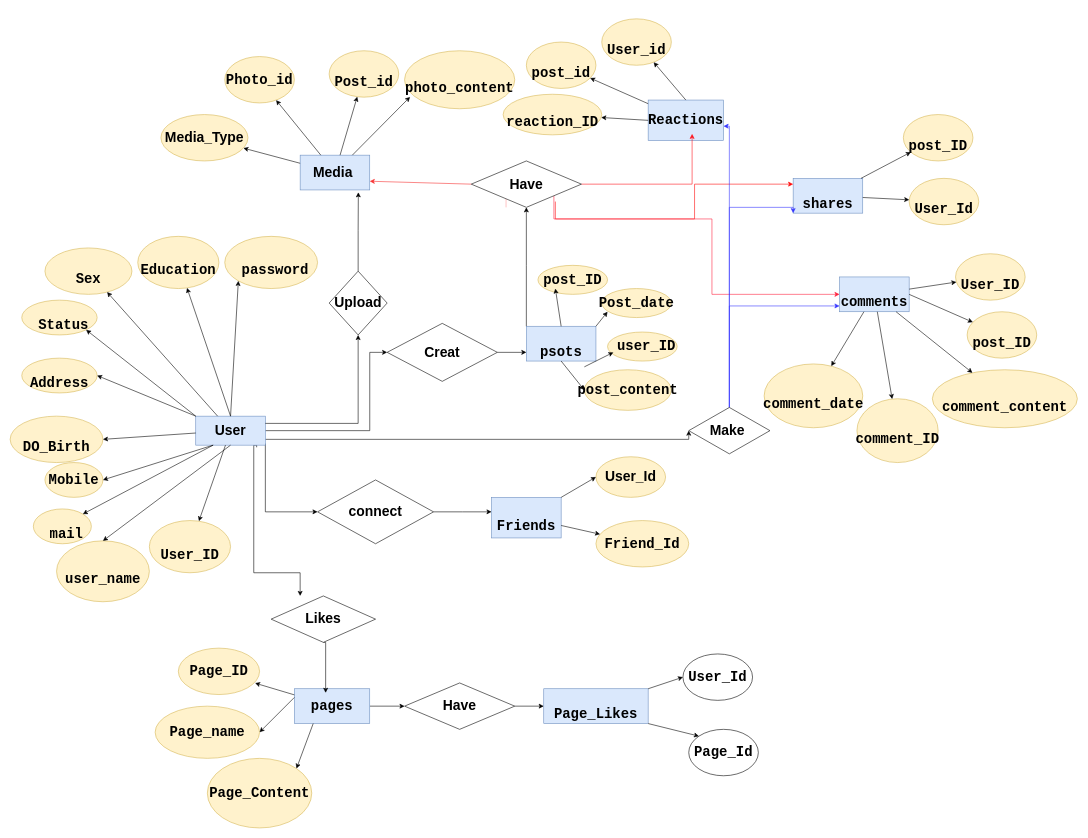
This is weyou/Untitled Diagram.drawio from elarabyelaidy19/database_of_databases, a draw.io file, before an edit. Source tidied: cells renumbered, new cells numbered last; positions are measured from the earlier drawing's top-left corner, leaving out a move shared by most shapes. Both pictures are drawn from the tidied source at 58%, with x=0, y=0 at pixel (10, 19).
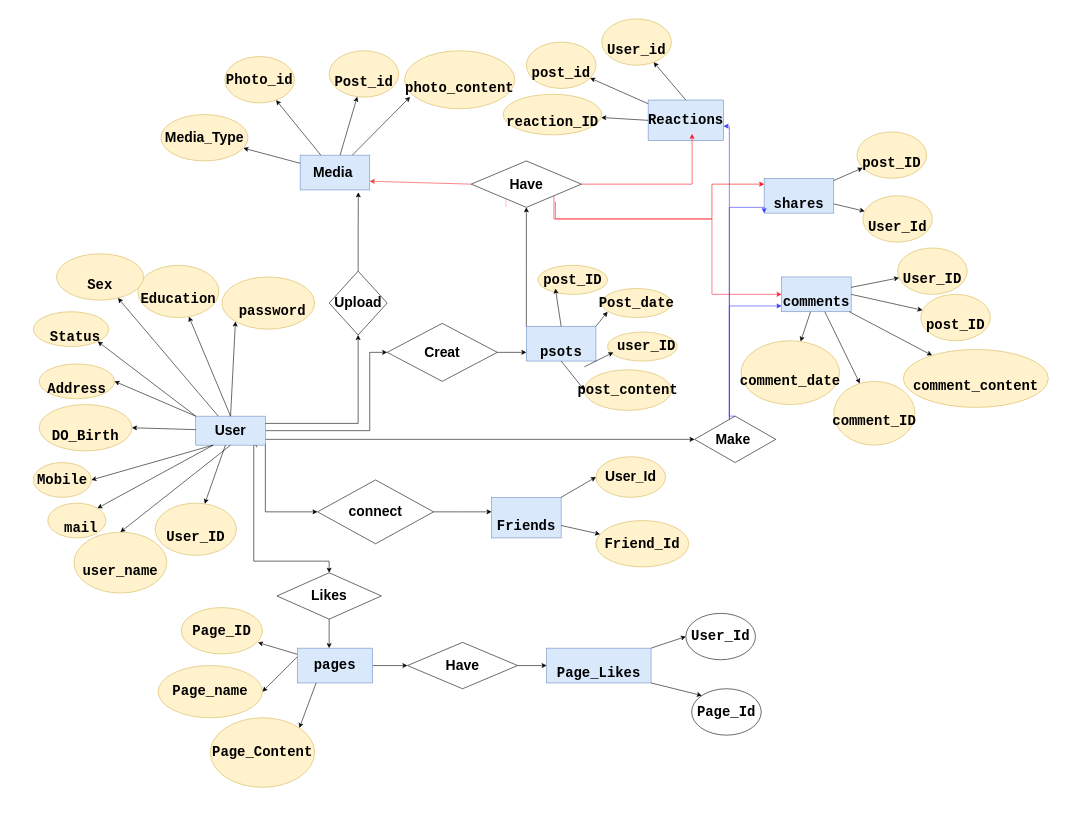
The same page after the edit.

Unchanged cells that the change refers to:
```xml
<mxCell id="12" value="&lt;font style=&quot;font-size: 24px;&quot;&gt;User&lt;/font&gt;" style="rounded=0;whiteSpace=wrap;html=1;fillColor=#dae8fc;strokeColor=#6c8ebf;labelBackgroundColor=none;fontSize=24;fontStyle=1;" parent="1" vertex="1">
  <mxGeometry x="320" y="685" width="120" height="50" as="geometry" />
</mxCell>
```

The edit, as a diff of the source:
```diff
@@
     <mxCell id="2" value="&lt;font style=&quot;font-size: 24px;&quot;&gt;&lt;br style=&quot;font-size: 24px;&quot;&gt;&lt;br style=&quot;font-size: 24px;&quot;&gt;&lt;/font&gt;&lt;div style=&quot;font-family: consolas, &amp;quot;courier new&amp;quot;, monospace; line-height: 24px; font-size: 24px;&quot;&gt;&lt;div style=&quot;font-size: 24px;&quot;&gt;&lt;span style=&quot;font-size: 24px;&quot;&gt;&lt;font style=&quot;font-size: 24px;&quot;&gt;comments&lt;/font&gt;&lt;/span&gt;&lt;/div&gt;&lt;/div&gt;&lt;font style=&quot;font-size: 24px;&quot;&gt;&lt;br style=&quot;font-size: 24px;&quot;&gt;&lt;/font&gt;" style="rounded=0;whiteSpace=wrap;html=1;fillColor=#dae8fc;strokeColor=#6c8ebf;labelBackgroundColor=none;fontSize=24;fontStyle=1;" parent="1" vertex="1">
-      <mxGeometry x="1430" y="445" width="120" height="60" as="geometry" />
+      <mxGeometry x="1330" y="445" width="120" height="60" as="geometry" />
     </mxCell>
     <mxCell id="3" value="&lt;font style=&quot;font-size: 24px;&quot;&gt;&lt;br style=&quot;font-size: 24px;&quot;&gt;&lt;br style=&quot;font-size: 24px;&quot;&gt;&lt;/font&gt;&lt;div style=&quot;font-family: consolas, &amp;quot;courier new&amp;quot;, monospace; font-size: 24px; line-height: 24px;&quot;&gt;&lt;div style=&quot;font-size: 24px;&quot;&gt;&lt;span style=&quot;font-size: 24px;&quot;&gt;&lt;font style=&quot;font-size: 24px;&quot;&gt;Page_Likes&lt;/font&gt;&lt;/span&gt;&lt;/div&gt;&lt;/div&gt;&lt;font style=&quot;font-size: 24px;&quot;&gt;&lt;br style=&quot;font-size: 24px;&quot;&gt;&lt;/font&gt;" style="rounded=0;whiteSpace=wrap;html=1;fillColor=#dae8fc;strokeColor=#6c8ebf;labelBackgroundColor=none;fontSize=24;fontStyle=1;" parent="1" vertex="1">
-      <mxGeometry x="920" y="1155" width="180" height="60" as="geometry" />
+      <mxGeometry x="925" y="1085" width="180" height="60" as="geometry" />
     </mxCell>
@@
     <mxCell id="7" value="&lt;div style=&quot;font-family: consolas, &amp;quot;courier new&amp;quot;, monospace; line-height: 24px; font-size: 24px;&quot;&gt;&lt;span style=&quot;font-size: 24px;&quot;&gt;&lt;font style=&quot;font-size: 24px;&quot;&gt;pages&lt;/font&gt;&lt;/span&gt;&lt;/div&gt;" style="rounded=0;whiteSpace=wrap;html=1;fillColor=#dae8fc;strokeColor=#6c8ebf;labelBackgroundColor=none;fontSize=24;fontStyle=1;" parent="1" vertex="1">
-      <mxGeometry x="490" y="1155" width="130" height="60" as="geometry" />
+      <mxGeometry x="495" y="1085" width="130" height="60" as="geometry" />
     </mxCell>
@@
-    <mxCell id="10" style="edgeStyle=orthogonalEdgeStyle;rounded=0;jettySize=auto;html=1;exitX=0.875;exitY=1.074;exitDx=0;exitDy=0;entryX=0.5;entryY=0;entryDx=0;entryDy=0;exitPerimeter=0;labelBackgroundColor=none;fontSize=24;fontStyle=1;" parent="1" edge="1" source="12">
+    <mxCell id="10" style="edgeStyle=orthogonalEdgeStyle;rounded=0;jettySize=auto;html=1;exitX=0.875;exitY=1.074;exitDx=0;exitDy=0;entryX=0.5;entryY=0;entryDx=0;entryDy=0;exitPerimeter=0;labelBackgroundColor=none;fontSize=24;fontStyle=1;" parent="1" edge="1" source="12" target="82">
       <mxGeometry relative="1" as="geometry">
-        <mxPoint x="500" y="995" as="targetPoint" />
         <Array as="points">
           <mxPoint x="425" y="735" />
           <mxPoint x="420" y="735" />
-          <mxPoint x="420" y="955" />
-          <mxPoint x="500" y="955" />
+          <mxPoint x="420" y="935" />
+          <mxPoint x="550" y="935" />
         </Array>
       </mxGeometry>
     </mxCell>
@@
     <mxCell id="15" value="&lt;font style=&quot;font-size: 24px;&quot;&gt;&lt;br style=&quot;font-size: 24px;&quot;&gt;&lt;br style=&quot;font-size: 24px;&quot;&gt;&lt;/font&gt;&lt;div style=&quot;font-family: consolas, &amp;quot;courier new&amp;quot;, monospace; line-height: 24px; font-size: 24px;&quot;&gt;&lt;div style=&quot;font-size: 24px;&quot;&gt;&lt;span style=&quot;font-size: 24px;&quot;&gt;&lt;font style=&quot;font-size: 24px;&quot;&gt;shares&lt;/font&gt;&lt;/span&gt;&lt;/div&gt;&lt;/div&gt;&lt;font style=&quot;font-size: 24px;&quot;&gt;&lt;br style=&quot;font-size: 24px;&quot;&gt;&lt;/font&gt;" style="rounded=0;whiteSpace=wrap;html=1;fillColor=#dae8fc;strokeColor=#6c8ebf;labelBackgroundColor=none;fontSize=24;fontStyle=1;" parent="1" vertex="1">
-      <mxGeometry x="1350" y="275" width="120" height="60" as="geometry" />
+      <mxGeometry x="1300" y="275" width="120" height="60" as="geometry" />
     </mxCell>
@@
     <mxCell id="17" value="&lt;br style=&quot;font-size: 24px;&quot;&gt;&lt;br style=&quot;font-size: 24px;&quot;&gt;&lt;div style=&quot;font-family: consolas, &amp;quot;courier new&amp;quot;, monospace; line-height: 24px; font-size: 24px;&quot;&gt;&lt;div style=&quot;font-size: 24px;&quot;&gt;&lt;span style=&quot;font-size: 24px;&quot;&gt;&lt;font style=&quot;font-size: 24px;&quot;&gt;user_name&lt;/font&gt;&lt;/span&gt;&lt;/div&gt;&lt;/div&gt;&lt;br style=&quot;font-size: 24px;&quot;&gt;" style="ellipse;whiteSpace=wrap;html=1;fillColor=#fff2cc;strokeColor=#d6b656;labelBackgroundColor=none;fontSize=24;fontStyle=1;" parent="1" vertex="1">
-      <mxGeometry x="80" y="900" width="160" height="105" as="geometry" />
+      <mxGeometry x="110" y="885" width="160" height="105" as="geometry" />
     </mxCell>
     <mxCell id="18" value="&lt;br style=&quot;font-size: 24px;&quot;&gt;&lt;br style=&quot;font-size: 24px;&quot;&gt;&lt;div style=&quot;font-family: consolas, &amp;quot;courier new&amp;quot;, monospace; line-height: 24px; font-size: 24px;&quot;&gt;&lt;div style=&quot;font-size: 24px;&quot;&gt;&lt;span style=&quot;font-size: 24px;&quot;&gt;&lt;font style=&quot;font-size: 24px;&quot;&gt;&amp;nbsp;Status&lt;/font&gt;&lt;/span&gt;&lt;/div&gt;&lt;/div&gt;&lt;br style=&quot;font-size: 24px;&quot;&gt;" style="ellipse;whiteSpace=wrap;html=1;fillColor=#fff2cc;strokeColor=#d6b656;labelBackgroundColor=none;fontSize=24;fontStyle=1;" parent="1" vertex="1">
-      <mxGeometry x="20" y="485" width="130" height="60" as="geometry" />
+      <mxGeometry x="40" y="505" width="130" height="60" as="geometry" />
     </mxCell>
     <mxCell id="19" value="&lt;br style=&quot;font-size: 24px;&quot;&gt;&lt;br style=&quot;font-size: 24px;&quot;&gt;&lt;div style=&quot;font-family: consolas, &amp;quot;courier new&amp;quot;, monospace; line-height: 24px; font-size: 24px;&quot;&gt;&lt;div style=&quot;font-size: 24px;&quot;&gt;&lt;span style=&quot;font-size: 24px;&quot;&gt;&lt;font style=&quot;font-size: 24px;&quot;&gt;DO_Birth&lt;/font&gt;&lt;/span&gt;&lt;/div&gt;&lt;/div&gt;&lt;br style=&quot;font-size: 24px;&quot;&gt;" style="ellipse;whiteSpace=wrap;html=1;fillColor=#fff2cc;strokeColor=#d6b656;labelBackgroundColor=none;fontSize=24;fontStyle=1;" parent="1" vertex="1">
-      <mxGeometry y="685" width="160" height="80" as="geometry" />
+      <mxGeometry x="50" y="665" width="160" height="80" as="geometry" />
     </mxCell>
     <mxCell id="20" value="&lt;br style=&quot;font-size: 24px;&quot;&gt;&lt;br style=&quot;font-size: 24px;&quot;&gt;&lt;div style=&quot;font-family: consolas, &amp;quot;courier new&amp;quot;, monospace; line-height: 24px; font-size: 24px;&quot;&gt;&lt;div style=&quot;font-size: 24px;&quot;&gt;&lt;span style=&quot;font-size: 24px;&quot;&gt;&lt;font style=&quot;font-size: 24px;&quot;&gt;Education&lt;/font&gt;&lt;/span&gt;&lt;/div&gt;&lt;/div&gt;&lt;br style=&quot;font-size: 24px;&quot;&gt;" style="ellipse;whiteSpace=wrap;html=1;fillColor=#fff2cc;strokeColor=#d6b656;labelBackgroundColor=none;fontSize=24;fontStyle=1;" parent="1" vertex="1">
-      <mxGeometry x="220" y="375" width="140" height="90" as="geometry" />
+      <mxGeometry x="220" y="425" width="140" height="90" as="geometry" />
     </mxCell>
     <mxCell id="21" value="&lt;br style=&quot;font-size: 24px;&quot;&gt;&lt;br style=&quot;font-size: 24px;&quot;&gt;&lt;div style=&quot;font-family: consolas, &amp;quot;courier new&amp;quot;, monospace; line-height: 24px; font-size: 24px;&quot;&gt;&lt;div style=&quot;font-size: 24px;&quot;&gt;&lt;span style=&quot;font-size: 24px;&quot;&gt;&lt;font style=&quot;font-size: 24px;&quot;&gt;&amp;nbsp;password&lt;/font&gt;&lt;/span&gt;&lt;/div&gt;&lt;/div&gt;&lt;br style=&quot;font-size: 24px;&quot;&gt;" style="ellipse;whiteSpace=wrap;html=1;fillColor=#fff2cc;strokeColor=#d6b656;labelBackgroundColor=none;fontSize=24;fontStyle=1;" parent="1" vertex="1">
-      <mxGeometry x="370" y="375" width="160" height="90" as="geometry" />
+      <mxGeometry x="365" y="445" width="160" height="90" as="geometry" />
     </mxCell>
     <mxCell id="22" value="&lt;br style=&quot;font-size: 24px;&quot;&gt;&lt;br style=&quot;font-size: 24px;&quot;&gt;&lt;div style=&quot;font-family: consolas, &amp;quot;courier new&amp;quot;, monospace; line-height: 24px; font-size: 24px;&quot;&gt;&lt;div style=&quot;font-size: 24px;&quot;&gt;&lt;span style=&quot;font-size: 24px;&quot;&gt;&lt;font style=&quot;font-size: 24px;&quot;&gt;Sex&lt;/font&gt;&lt;/span&gt;&lt;/div&gt;&lt;/div&gt;&lt;br style=&quot;font-size: 24px;&quot;&gt;" style="ellipse;whiteSpace=wrap;html=1;fillColor=#fff2cc;strokeColor=#d6b656;labelBackgroundColor=none;fontSize=24;fontStyle=1;" parent="1" vertex="1">
-      <mxGeometry x="60" y="395" width="150" height="80" as="geometry" />
+      <mxGeometry x="80" y="405" width="150" height="80" as="geometry" />
     </mxCell>
     <mxCell id="23" value="&lt;br style=&quot;font-size: 24px;&quot;&gt;&lt;br style=&quot;font-size: 24px;&quot;&gt;&lt;div style=&quot;font-family: consolas, &amp;quot;courier new&amp;quot;, monospace; line-height: 24px; font-size: 24px;&quot;&gt;&lt;div style=&quot;font-size: 24px;&quot;&gt;&lt;span style=&quot;font-size: 24px;&quot;&gt;&lt;font style=&quot;font-size: 24px;&quot;&gt;User_ID&lt;/font&gt;&lt;/span&gt;&lt;/div&gt;&lt;/div&gt;&lt;br style=&quot;font-size: 24px;&quot;&gt;" style="ellipse;whiteSpace=wrap;html=1;fillColor=#fff2cc;strokeColor=#d6b656;labelBackgroundColor=none;fontSize=24;fontStyle=1;" parent="1" vertex="1">
-      <mxGeometry x="240" y="865" width="140" height="90" as="geometry" />
+      <mxGeometry x="250" y="835" width="140" height="90" as="geometry" />
     </mxCell>
     <mxCell id="24" value="&lt;br style=&quot;font-size: 24px;&quot;&gt;&lt;br style=&quot;font-size: 24px;&quot;&gt;&lt;div style=&quot;font-family: consolas, &amp;quot;courier new&amp;quot;, monospace; line-height: 24px; font-size: 24px;&quot;&gt;&lt;div style=&quot;font-size: 24px;&quot;&gt;&lt;span style=&quot;font-size: 24px;&quot;&gt;&lt;font style=&quot;font-size: 24px;&quot;&gt;Address&lt;/font&gt;&lt;/span&gt;&lt;/div&gt;&lt;/div&gt;&lt;br style=&quot;font-size: 24px;&quot;&gt;" style="ellipse;whiteSpace=wrap;html=1;fillColor=#fff2cc;strokeColor=#d6b656;labelBackgroundColor=none;fontSize=24;fontStyle=1;" parent="1" vertex="1">
-      <mxGeometry x="20" y="585" width="130" height="60" as="geometry" />
+      <mxGeometry x="50" y="595" width="130" height="60" as="geometry" />
     </mxCell>
     <mxCell id="25" value="&lt;br style=&quot;font-size: 24px;&quot;&gt;&lt;br style=&quot;font-size: 24px;&quot;&gt;&lt;div style=&quot;font-family: consolas, &amp;quot;courier new&amp;quot;, monospace; line-height: 24px; font-size: 24px;&quot;&gt;&lt;div style=&quot;font-size: 24px;&quot;&gt;&lt;span style=&quot;font-size: 24px;&quot;&gt;&lt;font style=&quot;font-size: 24px;&quot;&gt;&amp;nbsp;mail&lt;/font&gt;&lt;/span&gt;&lt;/div&gt;&lt;/div&gt;&lt;br style=&quot;font-size: 24px;&quot;&gt;" style="ellipse;whiteSpace=wrap;html=1;fillColor=#fff2cc;strokeColor=#d6b656;labelBackgroundColor=none;fontSize=24;fontStyle=1;" parent="1" vertex="1">
-      <mxGeometry x="40" y="845" width="100" height="60" as="geometry" />
+      <mxGeometry x="65" y="835" width="100" height="60" as="geometry" />
     </mxCell>
     <mxCell id="26" value="&lt;div style=&quot;font-family: consolas, &amp;quot;courier new&amp;quot;, monospace; line-height: 24px; font-size: 24px;&quot;&gt;&lt;font style=&quot;font-size: 24px;&quot;&gt;Mobile&lt;/font&gt;&lt;/div&gt;" style="ellipse;whiteSpace=wrap;html=1;fillColor=#fff2cc;strokeColor=#d6b656;labelBackgroundColor=none;fontSize=24;fontStyle=1;" parent="1" vertex="1">
-      <mxGeometry x="60" y="765" width="100" height="60" as="geometry" />
+      <mxGeometry x="40" y="765" width="100" height="60" as="geometry" />
     </mxCell>
@@
     <mxCell id="35" value="&lt;div style=&quot;font-family: consolas, &amp;quot;courier new&amp;quot;, monospace; line-height: 24px; font-size: 24px;&quot;&gt;&lt;font style=&quot;font-size: 24px;&quot;&gt;Page_ID&lt;/font&gt;&lt;/div&gt;" style="ellipse;whiteSpace=wrap;html=1;fillColor=#fff2cc;strokeColor=#d6b656;labelBackgroundColor=none;fontSize=24;fontStyle=1;" parent="1" vertex="1">
-      <mxGeometry x="290" y="1085" width="140" height="80" as="geometry" />
+      <mxGeometry x="295" y="1015" width="140" height="80" as="geometry" />
     </mxCell>
     <mxCell id="36" value="&lt;div style=&quot;font-family: consolas, &amp;quot;courier new&amp;quot;, monospace; line-height: 24px; font-size: 24px;&quot;&gt;&lt;font style=&quot;font-size: 24px;&quot;&gt;Page_name&lt;/font&gt;&lt;/div&gt;" style="ellipse;whiteSpace=wrap;html=1;fillColor=#fff2cc;strokeColor=#d6b656;labelBackgroundColor=none;fontSize=24;fontStyle=1;" parent="1" vertex="1">
-      <mxGeometry x="250" y="1185" width="180" height="90" as="geometry" />
+      <mxGeometry x="255" y="1115" width="180" height="90" as="geometry" />
     </mxCell>
     <mxCell id="37" value="&lt;div style=&quot;font-family: consolas, &amp;quot;courier new&amp;quot;, monospace; line-height: 24px; font-size: 24px;&quot;&gt;&lt;font style=&quot;font-size: 24px;&quot;&gt;Page_Content&lt;/font&gt;&lt;/div&gt;" style="ellipse;whiteSpace=wrap;html=1;fillColor=#fff2cc;strokeColor=#d6b656;labelBackgroundColor=none;fontSize=24;fontStyle=1;" parent="1" vertex="1">
-      <mxGeometry x="340" y="1275" width="180" height="120" as="geometry" />
+      <mxGeometry x="345" y="1205" width="180" height="120" as="geometry" />
     </mxCell>
     <mxCell id="38" value="&lt;div style=&quot;font-family: consolas, &amp;quot;courier new&amp;quot;, monospace; line-height: 24px; font-size: 24px;&quot;&gt;&lt;font style=&quot;font-size: 24px;&quot;&gt;User_Id&lt;/font&gt;&lt;/div&gt;" style="ellipse;whiteSpace=wrap;html=1;labelBackgroundColor=none;fontSize=24;fontStyle=1;" parent="1" vertex="1">
-      <mxGeometry x="1160" y="1095" width="120" height="80" as="geometry" />
+      <mxGeometry x="1165" y="1025" width="120" height="80" as="geometry" />
     </mxCell>
     <mxCell id="39" value="&lt;div style=&quot;font-family: consolas, &amp;quot;courier new&amp;quot;, monospace; line-height: 24px; font-size: 24px;&quot;&gt;&lt;font style=&quot;font-size: 24px;&quot;&gt;Page_Id&lt;/font&gt;&lt;/div&gt;" style="ellipse;whiteSpace=wrap;html=1;labelBackgroundColor=none;fontSize=24;fontStyle=1;" parent="1" vertex="1">
-      <mxGeometry x="1170" y="1225" width="120" height="80" as="geometry" />
+      <mxGeometry x="1175" y="1155" width="120" height="80" as="geometry" />
     </mxCell>
@@
     <mxCell id="46" value="&lt;br style=&quot;font-size: 24px;&quot;&gt;&lt;br style=&quot;font-size: 24px;&quot;&gt;&lt;div style=&quot;font-family: consolas, &amp;quot;courier new&amp;quot;, monospace; line-height: 24px; font-size: 24px;&quot;&gt;&lt;div style=&quot;font-size: 24px;&quot;&gt;&lt;span style=&quot;font-size: 24px;&quot;&gt;&lt;font style=&quot;font-size: 24px;&quot;&gt;post_ID&lt;/font&gt;&lt;/span&gt;&lt;/div&gt;&lt;/div&gt;&lt;br style=&quot;font-size: 24px;&quot;&gt;" style="ellipse;whiteSpace=wrap;html=1;fillColor=#fff2cc;strokeColor=#d6b656;labelBackgroundColor=none;fontSize=24;fontStyle=1;" parent="1" vertex="1">
-      <mxGeometry x="1540" y="165" width="120" height="80" as="geometry" />
+      <mxGeometry x="1460" y="195" width="120" height="80" as="geometry" />
     </mxCell>
     <mxCell id="47" value="&lt;br style=&quot;font-size: 24px;&quot;&gt;&lt;br style=&quot;font-size: 24px;&quot;&gt;&lt;div style=&quot;font-family: consolas, &amp;quot;courier new&amp;quot;, monospace; line-height: 24px; font-size: 24px;&quot;&gt;&lt;div style=&quot;font-size: 24px;&quot;&gt;&lt;span style=&quot;font-size: 24px;&quot;&gt;&lt;font style=&quot;font-size: 24px;&quot;&gt;User_Id&lt;/font&gt;&lt;/span&gt;&lt;/div&gt;&lt;/div&gt;&lt;br style=&quot;font-size: 24px;&quot;&gt;" style="ellipse;whiteSpace=wrap;html=1;fillColor=#fff2cc;strokeColor=#d6b656;labelBackgroundColor=none;fontSize=24;fontStyle=1;" parent="1" vertex="1">
-      <mxGeometry x="1550" y="275" width="120" height="80" as="geometry" />
+      <mxGeometry x="1470" y="305" width="120" height="80" as="geometry" />
     </mxCell>
     <mxCell id="48" value="&lt;br style=&quot;font-size: 24px;&quot;&gt;&lt;br style=&quot;font-size: 24px;&quot;&gt;&lt;div style=&quot;font-family: consolas, &amp;quot;courier new&amp;quot;, monospace; line-height: 24px; font-size: 24px;&quot;&gt;&lt;div style=&quot;font-size: 24px;&quot;&gt;&lt;span style=&quot;font-size: 24px;&quot;&gt;&lt;font style=&quot;font-size: 24px;&quot;&gt;comment_ID&lt;/font&gt;&lt;/span&gt;&lt;/div&gt;&lt;/div&gt;&lt;br style=&quot;font-size: 24px;&quot;&gt;" style="ellipse;whiteSpace=wrap;html=1;fillColor=#fff2cc;strokeColor=#d6b656;labelBackgroundColor=none;fontSize=24;fontStyle=1;" parent="1" vertex="1">
-      <mxGeometry x="1460" y="655" width="140" height="110" as="geometry" />
+      <mxGeometry x="1420" y="625" width="140" height="110" as="geometry" />
     </mxCell>
     <mxCell id="49" value="&lt;br style=&quot;font-size: 24px;&quot;&gt;&lt;br style=&quot;font-size: 24px;&quot;&gt;&lt;div style=&quot;font-family: consolas, &amp;quot;courier new&amp;quot;, monospace; line-height: 24px; font-size: 24px;&quot;&gt;&lt;div style=&quot;font-size: 24px;&quot;&gt;&lt;span style=&quot;font-size: 24px;&quot;&gt;&lt;font style=&quot;font-size: 24px;&quot;&gt;User_ID&lt;/font&gt;&lt;/span&gt;&lt;/div&gt;&lt;/div&gt;&lt;br style=&quot;font-size: 24px;&quot;&gt;" style="ellipse;whiteSpace=wrap;html=1;fillColor=#fff2cc;strokeColor=#d6b656;labelBackgroundColor=none;fontSize=24;fontStyle=1;" parent="1" vertex="1">
-      <mxGeometry x="1630" y="405" width="120" height="80" as="geometry" />
+      <mxGeometry x="1530" y="395" width="120" height="80" as="geometry" />
     </mxCell>
     <mxCell id="50" value="&lt;br style=&quot;font-size: 24px;&quot;&gt;&lt;br style=&quot;font-size: 24px;&quot;&gt;&lt;div style=&quot;font-family: consolas, &amp;quot;courier new&amp;quot;, monospace; line-height: 24px; font-size: 24px;&quot;&gt;&lt;div style=&quot;font-size: 24px;&quot;&gt;&lt;span style=&quot;font-size: 24px;&quot;&gt;&lt;font style=&quot;font-size: 24px;&quot;&gt;post_ID&lt;/font&gt;&lt;/span&gt;&lt;/div&gt;&lt;/div&gt;&lt;br style=&quot;font-size: 24px;&quot;&gt;" style="ellipse;whiteSpace=wrap;html=1;fillColor=#fff2cc;strokeColor=#d6b656;labelBackgroundColor=none;fontSize=24;fontStyle=1;" parent="1" vertex="1">
-      <mxGeometry x="1650" y="505" width="120" height="80" as="geometry" />
+      <mxGeometry x="1570" y="475" width="120" height="80" as="geometry" />
     </mxCell>
     <mxCell id="51" value="&lt;br style=&quot;font-size: 24px;&quot;&gt;&lt;br style=&quot;font-size: 24px;&quot;&gt;&lt;div style=&quot;font-family: consolas, &amp;quot;courier new&amp;quot;, monospace; line-height: 24px; font-size: 24px;&quot;&gt;&lt;div style=&quot;font-size: 24px;&quot;&gt;&lt;span style=&quot;font-size: 24px;&quot;&gt;&lt;font style=&quot;font-size: 24px;&quot;&gt;comment_content&lt;/font&gt;&lt;/span&gt;&lt;/div&gt;&lt;/div&gt;&lt;br style=&quot;font-size: 24px;&quot;&gt;" style="ellipse;whiteSpace=wrap;html=1;fillColor=#fff2cc;strokeColor=#d6b656;labelBackgroundColor=none;fontSize=24;fontStyle=1;" parent="1" vertex="1">
-      <mxGeometry x="1590" y="605" width="250" height="100" as="geometry" />
+      <mxGeometry x="1540" y="570" width="250" height="100" as="geometry" />
     </mxCell>
     <mxCell id="52" value="&lt;br style=&quot;font-size: 24px;&quot;&gt;&lt;br style=&quot;font-size: 24px;&quot;&gt;&lt;div style=&quot;font-family: consolas, &amp;quot;courier new&amp;quot;, monospace; line-height: 24px; font-size: 24px;&quot;&gt;&lt;div style=&quot;font-size: 24px;&quot;&gt;&lt;span style=&quot;font-size: 24px;&quot;&gt;&lt;font style=&quot;font-size: 24px;&quot;&gt;comment_date&lt;/font&gt;&lt;/span&gt;&lt;/div&gt;&lt;/div&gt;&lt;br style=&quot;font-size: 24px;&quot;&gt;" style="ellipse;whiteSpace=wrap;html=1;fillColor=#fff2cc;strokeColor=#d6b656;labelBackgroundColor=none;fontSize=24;fontStyle=1;" parent="1" vertex="1">
-      <mxGeometry x="1300" y="595" width="170" height="110" as="geometry" />
+      <mxGeometry x="1260" y="555" width="170" height="110" as="geometry" />
     </mxCell>
@@
     <mxCell id="56" style="edgeStyle=orthogonalEdgeStyle;rounded=0;jettySize=auto;html=1;strokeColor=#FF0808;labelBackgroundColor=none;fontSize=24;fontStyle=1;" parent="1" edge="1" target="15">
       <mxGeometry relative="1" as="geometry">
         <mxPoint x="940" y="315" as="sourcePoint" />
         <Array as="points">
-          <mxPoint x="1180" y="345" />
-          <mxPoint x="1180" y="285" />
+          <mxPoint x="940" y="345" />
+          <mxPoint x="1210" y="345" />
+          <mxPoint x="1210" y="285" />
         </Array>
       </mxGeometry>
     </mxCell>
@@
     <mxCell id="61" value="&lt;font style=&quot;font-size: 24px;&quot;&gt;Have&lt;/font&gt;" style="rhombus;whiteSpace=wrap;html=1;labelBackgroundColor=none;fontSize=24;fontStyle=1;" parent="1" vertex="1">
-      <mxGeometry x="680" y="1145" width="190" height="80" as="geometry" />
+      <mxGeometry x="685" y="1075" width="190" height="80" as="geometry" />
     </mxCell>
@@
-    <mxCell id="81" style="edgeStyle=orthogonalEdgeStyle;rounded=0;jettySize=auto;html=1;exitX=0.5;exitY=1;exitDx=0;exitDy=0;entryX=0.415;entryY=0.117;entryDx=0;entryDy=0;entryPerimeter=0;labelBackgroundColor=none;fontSize=24;fontStyle=1;" parent="1" edge="1" source="82" target="7">
+    <mxCell id="81" style="edgeStyle=orthogonalEdgeStyle;rounded=0;jettySize=auto;html=1;labelBackgroundColor=none;fontSize=24;fontColor=#000000;" parent="1" edge="1" source="82" target="7">
       <mxGeometry relative="1" as="geometry">
         <Array as="points">
-          <mxPoint x="544" y="1075" />
+          <mxPoint x="550" y="1075" />
+          <mxPoint x="550" y="1075" />
         </Array>
       </mxGeometry>
     </mxCell>
     <mxCell id="82" value="&lt;font style=&quot;font-size: 24px;&quot;&gt;Likes&lt;/font&gt;" style="rhombus;whiteSpace=wrap;html=1;labelBackgroundColor=none;fontSize=24;fontStyle=1;" parent="1" vertex="1">
-      <mxGeometry x="450" y="995" width="180" height="80" as="geometry" />
+      <mxGeometry x="460" y="955" width="180" height="80" as="geometry" />
     </mxCell>
@@
     <mxCell id="103" value="&lt;font style=&quot;font-size: 24px;&quot;&gt;Make&amp;nbsp;&lt;/font&gt;" style="rhombus;whiteSpace=wrap;html=1;labelBackgroundColor=none;fontSize=24;fontStyle=1;" parent="1" vertex="1">
-      <mxGeometry x="1170" y="670" width="140" height="80" as="geometry" />
+      <mxGeometry x="1180" y="685" width="140" height="80" as="geometry" />
     </mxCell>
```
